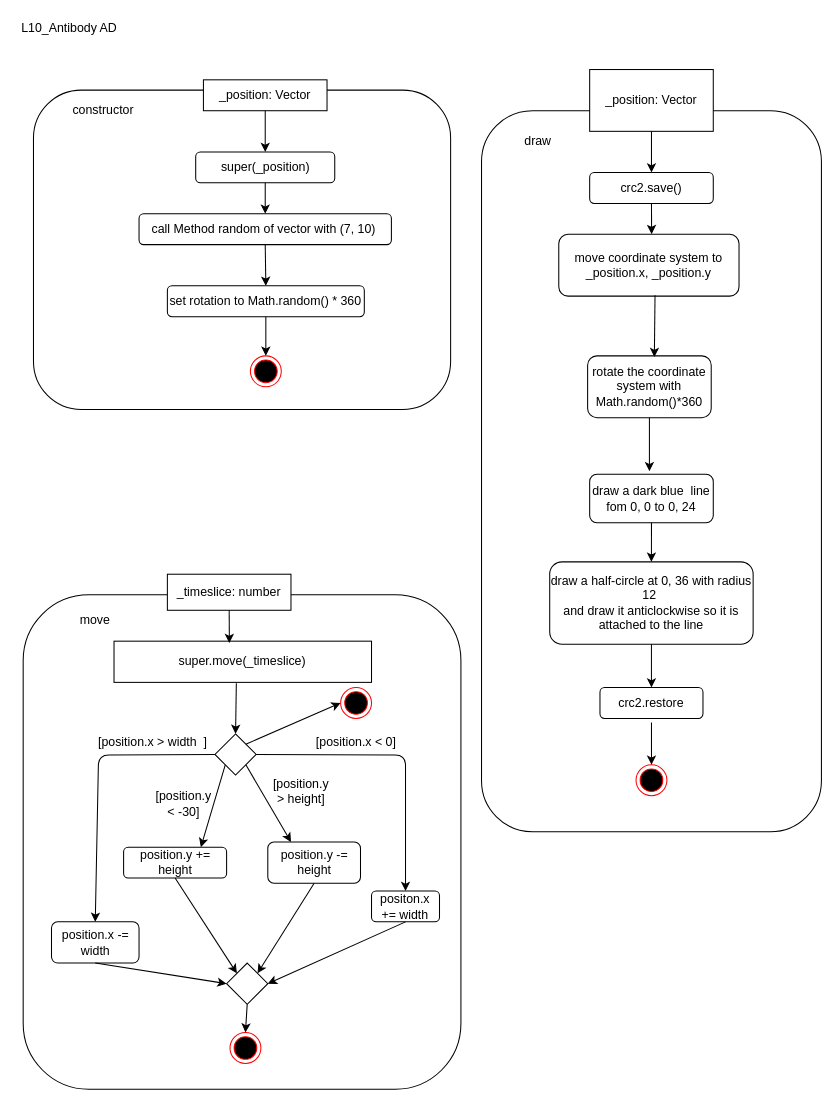
The draw.io diagram page "Antibody_AD" (2 of 8) of L10_Inheritance/Konzeption/L10_AD_Classes.drawio in KohlerAl/EIA2, before the edit. Source tidied: cells renumbered, new cells numbered last; positions are measured from the earlier drawing's top-left corner, leaving out a move shared by most shapes. Both pictures are drawn from the tidied source at 103%, with x=0, y=0 at pixel (18, 18).
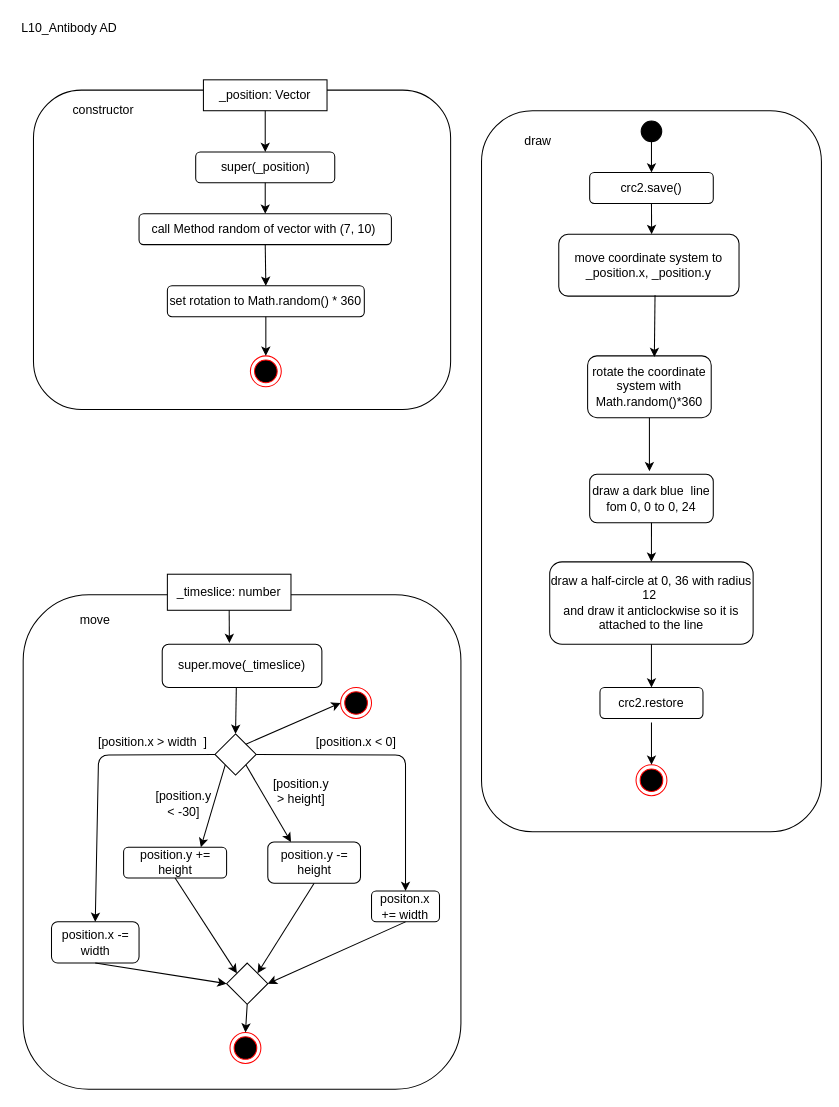
The same diagram, later.

Unchanged cells that the change refers to:
```xml
<mxCell id="4" value="crc2.save()" style="rounded=1;whiteSpace=wrap;html=1;" parent="1" vertex="1">
  <mxGeometry x="555" y="150" width="120" height="30" as="geometry" />
</mxCell>
<mxCell id="21" value="_timeslice: number" style="rounded=0;whiteSpace=wrap;html=1;" parent="1" vertex="1">
  <mxGeometry x="145" y="540" width="120" height="35" as="geometry" />
</mxCell>
<mxCell id="23" style="rhombus;whiteSpace=wrap;html=1;" parent="1" vertex="1">
  <mxGeometry x="191.2" y="695" width="40" height="40" as="geometry" />
</mxCell>
```

Change to the diagram source:
```diff
@@
-    <mxCell id="3" value="_position: Vector" style="rounded=0;whiteSpace=wrap;html=1;" parent="1" vertex="1">
-      <mxGeometry x="555" y="50" width="120" height="60" as="geometry" />
-    </mxCell>
@@
-    <mxCell id="12" style="endArrow=classic;html=1;exitX=0.5;exitY=1;exitDx=0;exitDy=0;entryX=0.5;entryY=0;entryDx=0;entryDy=0;" parent="1" edge="1" source="3" target="4">
-      <mxGeometry relative="1" as="geometry" />
+    <mxCell id="12" style="endArrow=classic;html=1;exitX=0.5;exitY=1;exitDx=0;exitDy=0;entryX=0.5;entryY=0;entryDx=0;entryDy=0;" parent="1" edge="1" target="4">
+      <mxGeometry relative="1" as="geometry">
+        <mxPoint x="615" y="110" as="sourcePoint" />
+      </mxGeometry>
     </mxCell>
@@
-    <mxCell id="22" value="super.move(_timeslice)" style="rounded=0;whiteSpace=wrap;html=1;" parent="1" vertex="1">
-      <mxGeometry x="93.2" y="605" width="250" height="40" as="geometry" />
-    </mxCell>
@@
-    <mxCell id="34" style="endArrow=classic;html=1;entryX=0.5;entryY=0;entryDx=0;entryDy=0;exitX=0.475;exitY=1.021;exitDx=0;exitDy=0;exitPerimeter=0;" parent="1" edge="1" source="22" target="23">
-      <mxGeometry relative="1" as="geometry" />
+    <mxCell id="34" style="endArrow=classic;html=1;entryX=0.5;entryY=0;entryDx=0;entryDy=0;exitX=0.475;exitY=1.021;exitDx=0;exitDy=0;exitPerimeter=0;" parent="1" edge="1" target="23">
+      <mxGeometry relative="1" as="geometry">
+        <mxPoint x="212" y="645.8" as="sourcePoint" />
+      </mxGeometry>
     </mxCell>
-    <mxCell id="35" style="endArrow=classic;html=1;exitX=0.5;exitY=1;exitDx=0;exitDy=0;entryX=0.448;entryY=0.046;entryDx=0;entryDy=0;entryPerimeter=0;" parent="1" edge="1" source="21" target="22">
-      <mxGeometry relative="1" as="geometry" />
+    <mxCell id="35" style="endArrow=classic;html=1;exitX=0.5;exitY=1;exitDx=0;exitDy=0;entryX=0.448;entryY=0.046;entryDx=0;entryDy=0;entryPerimeter=0;" parent="1" edge="1" source="21">
+      <mxGeometry relative="1" as="geometry">
+        <mxPoint x="205.2" y="606.8" as="targetPoint" />
+      </mxGeometry>
     </mxCell>
@@
+    <mxCell id="59" style="ellipse;whiteSpace=wrap;html=1;fillColor=#000000;" parent="1" vertex="1">
+      <mxGeometry x="605" y="100" width="20" height="20" as="geometry" />
+    </mxCell>
+    <mxCell id="22" value="&lt;span&gt;super.move(_timeslice)&lt;/span&gt;" style="rounded=1;whiteSpace=wrap;html=1;fillColor=#FFFFFF;" parent="1" vertex="1">
+      <mxGeometry x="140" y="608" width="155" height="42" as="geometry" />
+    </mxCell>
```
